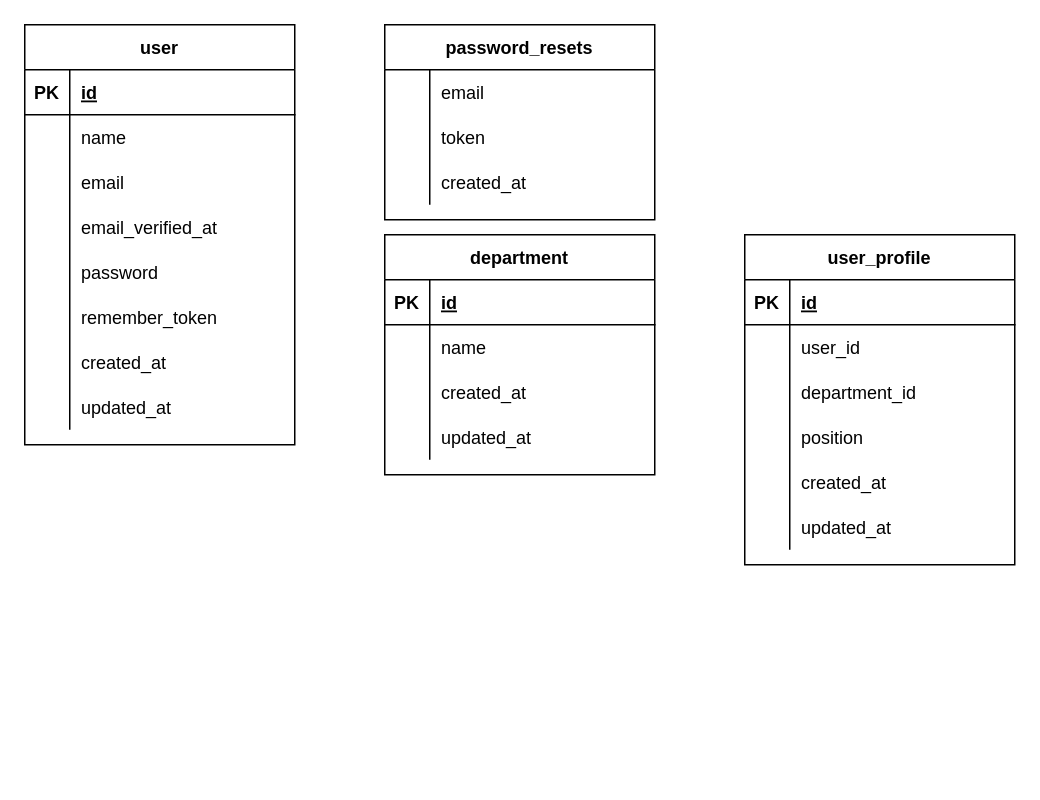
gumpon/evatest keeps this draw.io diagram as page "User" (1 of 3) of Eva.drawio. Above is the earlier version. Source tidied: cells renumbered, new cells numbered last; positions are measured from the earlier drawing's top-left corner, leaving out a move shared by most shapes. Both pictures are drawn from the tidied source at 150%, with x=0, y=0 at pixel (24, 24).
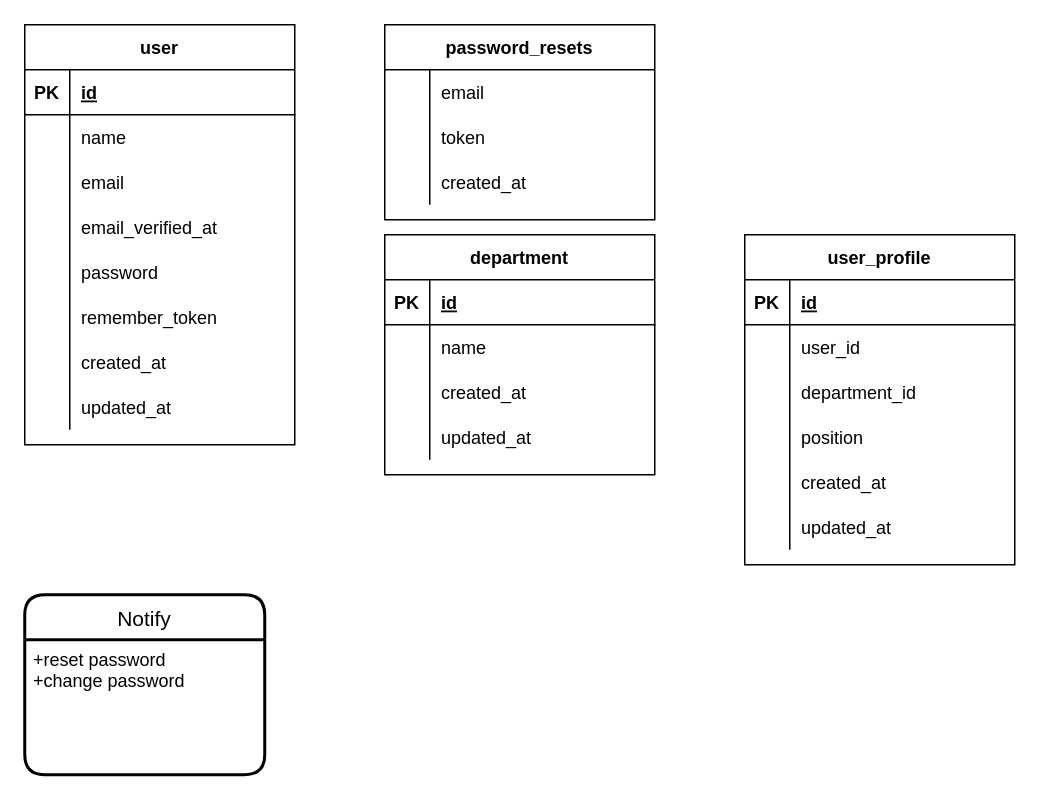
The same page after the edit.

Commit message:
Update add notify lists Eva.drawio

Diff of the diagram source:
```diff
@@
+    <mxCell id="69" value="Notify" style="swimlane;horizontal=1;startSize=30;rounded=1;fontSize=14;fontStyle=0;strokeWidth=2;shadow=0;dashed=0;align=center;" parent="1" vertex="1">
+      <mxGeometry y="380" width="160" height="120" as="geometry" />
+    </mxCell>
+    <mxCell id="70" value="+reset password&#10;+change password&#10;" style="align=left;strokeColor=none;fillColor=none;spacingLeft=4;fontSize=12;verticalAlign=top;" parent="69" vertex="1">
+      <mxGeometry y="30" width="160" height="90" as="geometry" />
+    </mxCell>
```
